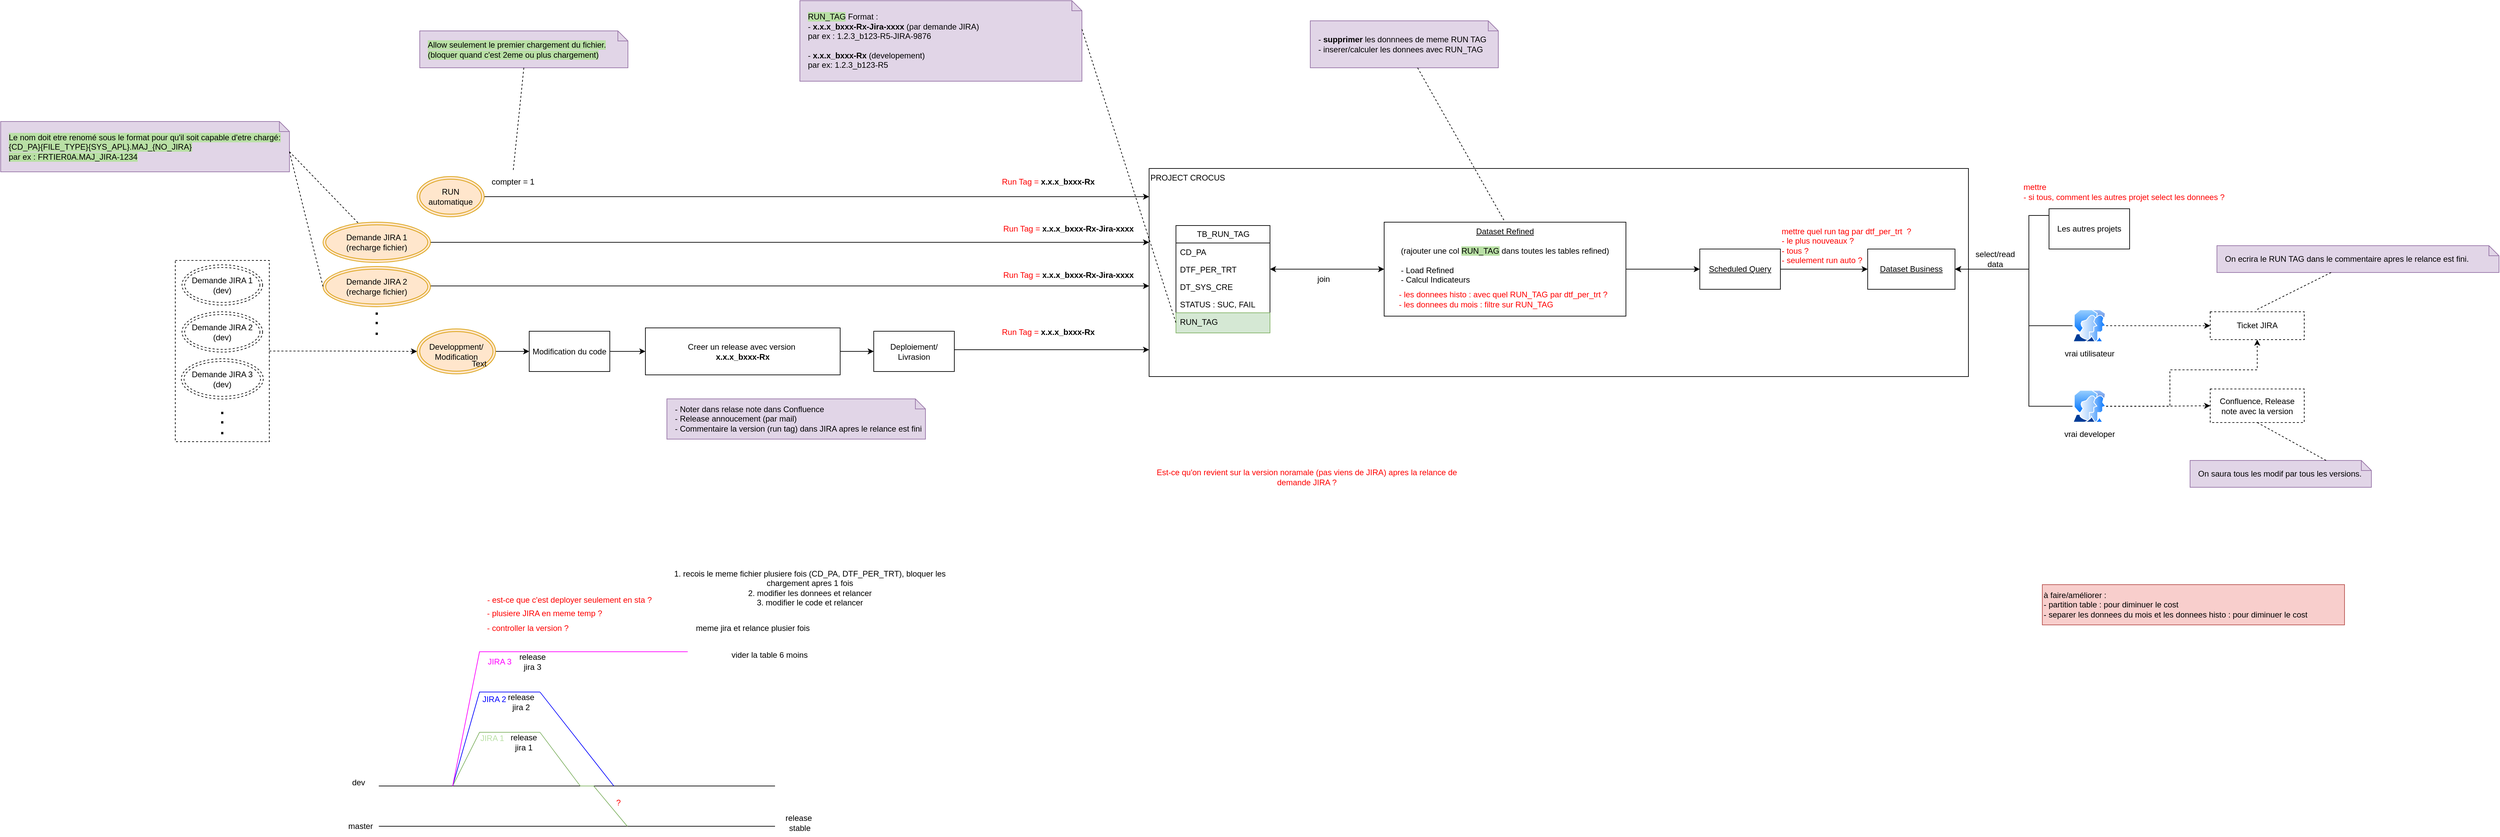
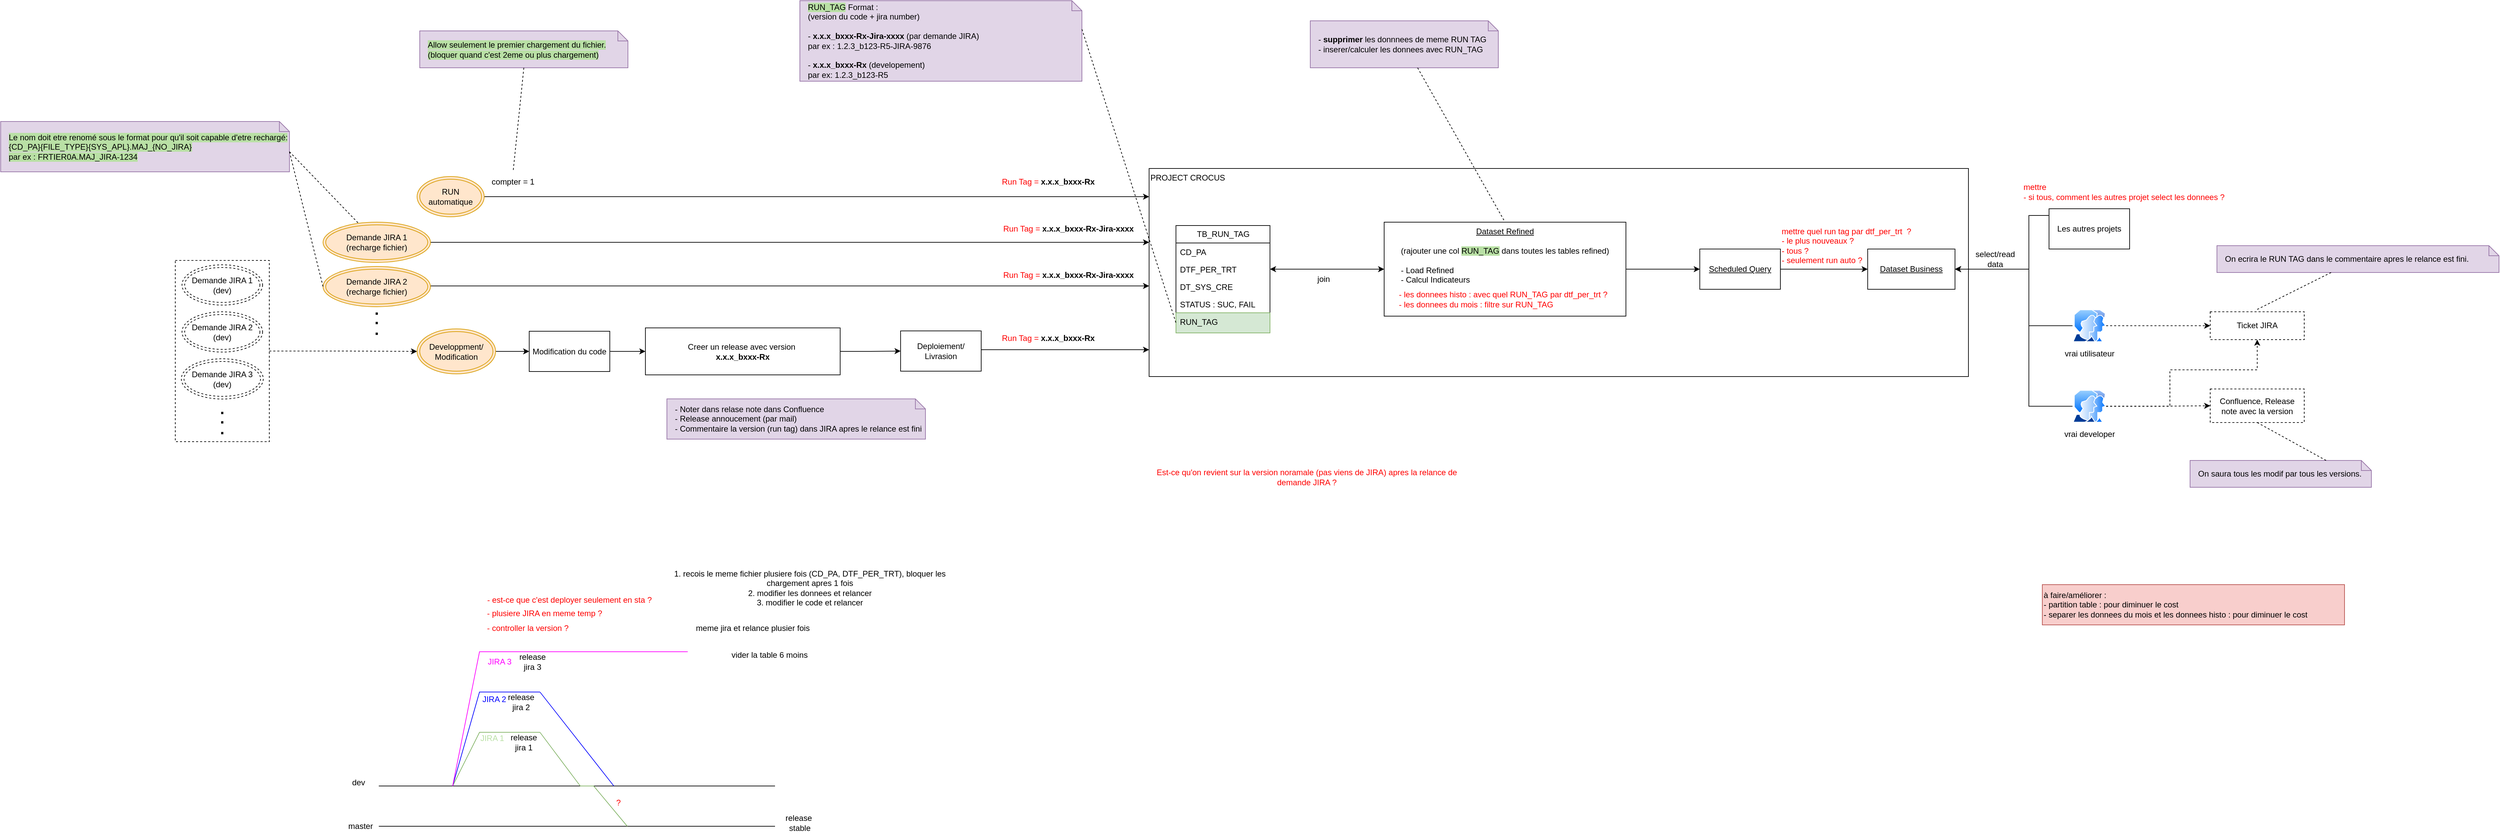
<mxfile host="app.diagrams.net">
  <diagram name="Page-1" id="bEAYSmEDHXBXhFzCy1HB">
    <mxGraphModel dx="3589" dy="2087" grid="1" gridSize="10" guides="1" tooltips="1" connect="1" arrows="1" fold="1" page="1" pageScale="1" pageWidth="827" pageHeight="1169" math="0" shadow="0">
      <root>
        <mxCell id="0" />
        <mxCell id="1" parent="0" />
        <mxCell id="cKu8MT6L8Fp_BZaxLZj7-22" edge="1" parent="1" source="cKu8MT6L8Fp_BZaxLZj7-16" style="edgeStyle=orthogonalEdgeStyle;rounded=0;orthogonalLoop=1;jettySize=auto;html=1;dashed=1;" target="QUzsFoNl6aFI_2ed8XXq-33">
          <mxGeometry relative="1" as="geometry">
            <Array as="points" />
            <mxPoint x="-937.4999999999995" y="382" as="sourcePoint" />
            <mxPoint x="-602.4999999999995" y="365" as="targetPoint" />
          </mxGeometry>
        </mxCell>
        <mxCell id="cKu8MT6L8Fp_BZaxLZj7-16" parent="1" style="rounded=0;whiteSpace=wrap;html=1;dashed=1;" value="" vertex="1">
          <mxGeometry height="270" width="140" x="-1070" y="247" as="geometry" />
        </mxCell>
        <mxCell id="QUzsFoNl6aFI_2ed8XXq-13" parent="1" style="rounded=0;whiteSpace=wrap;html=1;align=left;verticalAlign=top;" value="PROJECT CROCUS" vertex="1">
          <mxGeometry height="310" width="1220" x="380" y="110" as="geometry" />
        </mxCell>
        <mxCell id="QUzsFoNl6aFI_2ed8XXq-1" parent="1" style="swimlane;fontStyle=0;childLayout=stackLayout;horizontal=1;startSize=26;fillColor=none;horizontalStack=0;resizeParent=1;resizeParentMax=0;resizeLast=0;collapsible=1;marginBottom=0;html=1;" value="TB_RUN_TAG" vertex="1">
          <mxGeometry height="160" width="140" x="420" y="195" as="geometry" />
        </mxCell>
        <mxCell id="QUzsFoNl6aFI_2ed8XXq-2" parent="QUzsFoNl6aFI_2ed8XXq-1" style="text;strokeColor=none;fillColor=none;align=left;verticalAlign=top;spacingLeft=4;spacingRight=4;overflow=hidden;rotatable=0;points=[[0,0.5],[1,0.5]];portConstraint=eastwest;whiteSpace=wrap;html=1;" value="CD_PA" vertex="1">
          <mxGeometry height="26" width="140" y="26" as="geometry" />
        </mxCell>
        <mxCell id="QUzsFoNl6aFI_2ed8XXq-3" parent="QUzsFoNl6aFI_2ed8XXq-1" style="text;strokeColor=none;fillColor=none;align=left;verticalAlign=top;spacingLeft=4;spacingRight=4;overflow=hidden;rotatable=0;points=[[0,0.5],[1,0.5]];portConstraint=eastwest;whiteSpace=wrap;html=1;" value="DTF_PER_TRT" vertex="1">
          <mxGeometry height="26" width="140" y="52" as="geometry" />
        </mxCell>
        <mxCell id="QUzsFoNl6aFI_2ed8XXq-4" parent="QUzsFoNl6aFI_2ed8XXq-1" style="text;strokeColor=none;fillColor=none;align=left;verticalAlign=top;spacingLeft=4;spacingRight=4;overflow=hidden;rotatable=0;points=[[0,0.5],[1,0.5]];portConstraint=eastwest;whiteSpace=wrap;html=1;" value="DT_SYS_CRE" vertex="1">
          <mxGeometry height="26" width="140" y="78" as="geometry" />
        </mxCell>
        <mxCell id="QUzsFoNl6aFI_2ed8XXq-105" parent="QUzsFoNl6aFI_2ed8XXq-1" style="text;strokeColor=none;fillColor=none;align=left;verticalAlign=top;spacingLeft=4;spacingRight=4;overflow=hidden;rotatable=0;points=[[0,0.5],[1,0.5]];portConstraint=eastwest;whiteSpace=wrap;html=1;" value="STATUS : SUC, FAIL" vertex="1">
          <mxGeometry height="26" width="140" y="104" as="geometry" />
        </mxCell>
        <mxCell id="QUzsFoNl6aFI_2ed8XXq-5" parent="QUzsFoNl6aFI_2ed8XXq-1" style="text;strokeColor=#82b366;fillColor=#d5e8d4;align=left;verticalAlign=top;spacingLeft=4;spacingRight=4;overflow=hidden;rotatable=0;points=[[0,0.5],[1,0.5]];portConstraint=eastwest;whiteSpace=wrap;html=1;" value="RUN_TAG" vertex="1">
          <mxGeometry height="30" width="140" y="130" as="geometry" />
        </mxCell>
-         <mxCell id="QUzsFoNl6aFI_2ed8XXq-7" parent="1" style="shape=note;size=15;align=left;spacingLeft=10;html=1;whiteSpace=wrap;fillColor=#e1d5e7;strokeColor=#9673a6;" value="&lt;span style=&quot;background-color: rgb(185, 224, 165);&quot;&gt;RUN_TAG&lt;/span&gt; Format :&amp;nbsp;&lt;div&gt;- &lt;b&gt;x.x.x_bxxx-Rx-Jira-xxxx&lt;/b&gt; (par demande JIRA)&amp;nbsp;&lt;/div&gt;&lt;div&gt;par ex : 1.2.3_b123-R5-JIRA-9876&lt;/div&gt;&lt;div&gt;&lt;br&gt;&lt;/div&gt;&lt;div&gt;-&lt;b&gt; x.x.x_bxxx-Rx&lt;/b&gt; (developement)&lt;/div&gt;&lt;div&gt;&lt;span style=&quot;background-color: transparent; color: light-dark(rgb(0, 0, 0), rgb(255, 255, 255));&quot;&gt;par ex: 1.2.3_b123-R5&lt;/span&gt;&lt;/div&gt;" vertex="1">
+         <mxCell id="QUzsFoNl6aFI_2ed8XXq-7" parent="1" style="shape=note;size=15;align=left;spacingLeft=10;html=1;whiteSpace=wrap;fillColor=#e1d5e7;strokeColor=#9673a6;" value="&lt;span style=&quot;background-color: rgb(185, 224, 165);&quot;&gt;RUN_TAG&lt;/span&gt; Format :&amp;nbsp;&lt;div&gt;(version du code + jira number)&lt;/div&gt;&lt;div&gt;&lt;br&gt;&lt;div&gt;- &lt;b&gt;x.x.x_bxxx-Rx-Jira-xxxx&lt;/b&gt; (par demande JIRA)&amp;nbsp;&lt;/div&gt;&lt;div&gt;par ex : 1.2.3_b123-R5-JIRA-9876&lt;/div&gt;&lt;div&gt;&lt;br&gt;&lt;/div&gt;&lt;div&gt;-&lt;b&gt; x.x.x_bxxx-Rx&lt;/b&gt; (developement)&lt;/div&gt;&lt;div&gt;&lt;span style=&quot;background-color: transparent; color: light-dark(rgb(0, 0, 0), rgb(255, 255, 255));&quot;&gt;par ex: 1.2.3_b123-R5&lt;/span&gt;&lt;/div&gt;&lt;/div&gt;" vertex="1">
          <mxGeometry height="120" width="420" x="-140" y="-140" as="geometry" />
        </mxCell>
        <mxCell id="QUzsFoNl6aFI_2ed8XXq-8" edge="1" parent="1" source="QUzsFoNl6aFI_2ed8XXq-7" style="edgeStyle=none;endArrow=none;exitX=0;exitY=0;dashed=1;html=1;rounded=0;entryX=0;entryY=0.5;entryDx=0;entryDy=0;exitDx=420;exitDy=42.5;exitPerimeter=0;" target="QUzsFoNl6aFI_2ed8XXq-5" value="">
          <mxGeometry relative="1" x="1" as="geometry">
            <mxPoint x="590" y="660" as="targetPoint" />
          </mxGeometry>
        </mxCell>
        <mxCell id="QUzsFoNl6aFI_2ed8XXq-10" parent="1" style="rounded=0;whiteSpace=wrap;html=1;dashed=1;" value="Confluence, Release note avec la v&lt;span style=&quot;background-color: transparent; color: light-dark(rgb(0, 0, 0), rgb(255, 255, 255));&quot;&gt;ersion&lt;/span&gt;" vertex="1">
          <mxGeometry height="50" width="140" x="1960" y="438.5" as="geometry" />
        </mxCell>
        <mxCell id="QUzsFoNl6aFI_2ed8XXq-11" parent="1" style="rounded=0;whiteSpace=wrap;html=1;dashed=1;" value="Ticket JIRA" vertex="1">
          <mxGeometry height="41.5" width="140" x="1960" y="323.5" as="geometry" />
        </mxCell>
        <mxCell id="QUzsFoNl6aFI_2ed8XXq-42" edge="1" parent="1" source="QUzsFoNl6aFI_2ed8XXq-12" style="edgeStyle=orthogonalEdgeStyle;rounded=0;orthogonalLoop=1;jettySize=auto;html=1;entryX=1;entryY=0.5;entryDx=0;entryDy=0;startArrow=classic;startFill=1;" target="QUzsFoNl6aFI_2ed8XXq-3">
          <mxGeometry relative="1" as="geometry" />
        </mxCell>
        <mxCell id="QUzsFoNl6aFI_2ed8XXq-50" edge="1" parent="1" source="QUzsFoNl6aFI_2ed8XXq-12" style="edgeStyle=orthogonalEdgeStyle;rounded=0;orthogonalLoop=1;jettySize=auto;html=1;" target="QUzsFoNl6aFI_2ed8XXq-46">
          <mxGeometry relative="1" as="geometry">
            <Array as="points" />
          </mxGeometry>
        </mxCell>
        <mxCell id="QUzsFoNl6aFI_2ed8XXq-12" parent="1" style="rounded=0;whiteSpace=wrap;html=1;verticalAlign=top;" value="&lt;u&gt;Dataset Refined&lt;/u&gt;&lt;div&gt;&lt;u&gt;&lt;br&gt;&lt;/u&gt;&lt;div&gt;(rajouter une col &lt;span style=&quot;background-color: rgb(185, 224, 165);&quot;&gt;RUN_TAG&lt;/span&gt;&lt;span&gt; &lt;/span&gt;dans toutes les tables refined)&lt;/div&gt;&lt;div&gt;&lt;br&gt;&lt;/div&gt;&lt;div style=&quot;text-align: left;&quot;&gt;- Load Refined&amp;nbsp; &amp;nbsp; &amp;nbsp; &amp;nbsp;&lt;/div&gt;&lt;div style=&quot;text-align: left;&quot;&gt;- Calcul Indicateurs&lt;/div&gt;&lt;/div&gt;" vertex="1">
          <mxGeometry height="140" width="360" x="730" y="190" as="geometry" />
        </mxCell>
        <mxCell id="QUzsFoNl6aFI_2ed8XXq-27" edge="1" parent="1" source="QUzsFoNl6aFI_2ed8XXq-33" style="edgeStyle=orthogonalEdgeStyle;rounded=0;orthogonalLoop=1;jettySize=auto;html=1;entryX=0;entryY=0.5;entryDx=0;entryDy=0;" target="QUzsFoNl6aFI_2ed8XXq-23">
          <mxGeometry relative="1" as="geometry">
            <mxPoint x="-740" y="198" as="sourcePoint" />
          </mxGeometry>
        </mxCell>
        <mxCell id="QUzsFoNl6aFI_2ed8XXq-19" parent="1" style="text;html=1;whiteSpace=wrap;strokeColor=none;fillColor=none;align=center;verticalAlign=middle;rounded=0;fontColor=#0000FF;" value="&lt;font style=&quot;color: rgb(255, 0, 0);&quot;&gt;Run Tag =&amp;nbsp;&lt;/font&gt;&lt;b style=&quot;color: rgb(0, 0, 0); text-align: left;&quot;&gt;x.x.x_bxxx-Rx-Jira-xxxx&lt;/b&gt;" vertex="1">
          <mxGeometry height="30" width="200" x="160" y="253.5" as="geometry" />
        </mxCell>
        <mxCell id="cKu8MT6L8Fp_BZaxLZj7-37" edge="1" parent="1" source="QUzsFoNl6aFI_2ed8XXq-23" style="edgeStyle=orthogonalEdgeStyle;rounded=0;orthogonalLoop=1;jettySize=auto;html=1;" target="QUzsFoNl6aFI_2ed8XXq-25">
          <mxGeometry relative="1" as="geometry" />
        </mxCell>
        <mxCell id="QUzsFoNl6aFI_2ed8XXq-23" parent="1" style="rounded=0;whiteSpace=wrap;html=1;" value="Modification du code" vertex="1">
          <mxGeometry height="60" width="120" x="-543" y="352.5" as="geometry" />
        </mxCell>
        <mxCell id="QUzsFoNl6aFI_2ed8XXq-31" edge="1" parent="1" source="QUzsFoNl6aFI_2ed8XXq-24" style="edgeStyle=orthogonalEdgeStyle;rounded=0;orthogonalLoop=1;jettySize=auto;html=1;" target="QUzsFoNl6aFI_2ed8XXq-13">
          <mxGeometry relative="1" as="geometry">
            <Array as="points">
              <mxPoint x="180" y="380" />
              <mxPoint x="180" y="380" />
            </Array>
            <mxPoint x="380" y="373" as="targetPoint" />
          </mxGeometry>
        </mxCell>
        <mxCell id="QUzsFoNl6aFI_2ed8XXq-24" parent="1" style="rounded=0;whiteSpace=wrap;html=1;" value="Deploiement/ Livrasion" vertex="1">
-           <mxGeometry height="60" width="120" x="-30" y="352.5" as="geometry" />
+           <mxGeometry height="60" width="120" x="10" y="352" as="geometry" />
        </mxCell>
        <mxCell id="cKu8MT6L8Fp_BZaxLZj7-38" edge="1" parent="1" source="QUzsFoNl6aFI_2ed8XXq-25" style="edgeStyle=orthogonalEdgeStyle;rounded=0;orthogonalLoop=1;jettySize=auto;html=1;" target="QUzsFoNl6aFI_2ed8XXq-24">
          <mxGeometry relative="1" as="geometry" />
        </mxCell>
        <mxCell id="QUzsFoNl6aFI_2ed8XXq-25" parent="1" style="rounded=0;whiteSpace=wrap;html=1;" value="Creer un release avec version&amp;nbsp;&lt;div&gt;&lt;span style=&quot;text-align: left;&quot;&gt;&lt;b&gt;x.x.x_bxxx-Rx&lt;/b&gt;&lt;/span&gt;&lt;/div&gt;" vertex="1">
          <mxGeometry height="70" width="290" x="-370" y="347.5" as="geometry" />
        </mxCell>
        <mxCell id="QUzsFoNl6aFI_2ed8XXq-33" parent="1" style="ellipse;shape=doubleEllipse;whiteSpace=wrap;html=1;fillColor=#ffe6cc;strokeColor=#d79b00;" value="Developpment/&lt;div&gt;Modification&lt;/div&gt;" vertex="1">
          <mxGeometry height="67" width="117" x="-710" y="349" as="geometry" />
-         </mxCell>
-         <mxCell id="cKu8MT6L8Fp_BZaxLZj7-36" parent="QUzsFoNl6aFI_2ed8XXq-33" style="text;html=1;align=center;verticalAlign=middle;resizable=0;points=[];autosize=1;" value="Text" vertex="1">
-           <mxGeometry height="30" width="50" x="67" y="37" as="geometry" />
        </mxCell>
        <mxCell id="cKu8MT6L8Fp_BZaxLZj7-5" edge="1" parent="1" style="edgeStyle=orthogonalEdgeStyle;rounded=0;orthogonalLoop=1;jettySize=auto;html=1;">
          <mxGeometry relative="1" as="geometry">
            <Array as="points">
              <mxPoint x="-470" y="285" />
              <mxPoint x="-470" y="285" />
            </Array>
            <mxPoint x="-690.0000000000005" y="285" as="sourcePoint" />
            <mxPoint x="380" y="285" as="targetPoint" />
          </mxGeometry>
        </mxCell>
        <mxCell id="QUzsFoNl6aFI_2ed8XXq-34" parent="1" style="ellipse;shape=doubleEllipse;whiteSpace=wrap;html=1;fillColor=#ffe6cc;strokeColor=#d79b00;" value="Demande JIRA 2&lt;div&gt;(recharge fichier)&lt;/div&gt;" vertex="1">
          <mxGeometry height="60" width="160" x="-850" y="256" as="geometry" />
        </mxCell>
        <mxCell id="QUzsFoNl6aFI_2ed8XXq-36" edge="1" parent="1" source="QUzsFoNl6aFI_2ed8XXq-35" style="edgeStyle=orthogonalEdgeStyle;rounded=0;orthogonalLoop=1;jettySize=auto;html=1;">
          <mxGeometry relative="1" as="geometry">
            <Array as="points">
              <mxPoint x="110" y="152" />
              <mxPoint x="110" y="152" />
            </Array>
            <mxPoint x="380" y="152.0588235294117" as="targetPoint" />
          </mxGeometry>
        </mxCell>
        <mxCell id="QUzsFoNl6aFI_2ed8XXq-35" parent="1" style="ellipse;shape=doubleEllipse;whiteSpace=wrap;html=1;fillColor=#ffe6cc;strokeColor=#d79b00;" value="RUN automatique" vertex="1">
          <mxGeometry height="60" width="100" x="-710" y="122" as="geometry" />
        </mxCell>
        <mxCell id="QUzsFoNl6aFI_2ed8XXq-38" parent="1" style="shape=note;size=15;align=left;spacingLeft=10;html=1;whiteSpace=wrap;fillColor=#e1d5e7;strokeColor=#9673a6;" value="- Noter dans relase note dans Confluence&lt;div&gt;- Release annoucement (par mail)&lt;/div&gt;&lt;div&gt;- Commentaire la version (run tag) dans JIRA apres le relance est fini&lt;/div&gt;" vertex="1">
          <mxGeometry height="60" width="385" x="-338" y="453.25" as="geometry" />
        </mxCell>
        <mxCell id="QUzsFoNl6aFI_2ed8XXq-40" parent="1" style="shape=note;size=15;align=left;spacingLeft=10;html=1;whiteSpace=wrap;fillColor=#e1d5e7;strokeColor=#9673a6;" value="- &lt;b&gt;supprimer &lt;/b&gt;les donnnees de meme RUN TAG&lt;div&gt;- inserer/calculer les donnees avec RUN_TAG&lt;/div&gt;" vertex="1">
          <mxGeometry height="70" width="280" x="620" y="-110" as="geometry" />
        </mxCell>
        <mxCell id="QUzsFoNl6aFI_2ed8XXq-41" edge="1" parent="1" source="QUzsFoNl6aFI_2ed8XXq-40" style="edgeStyle=none;endArrow=none;dashed=1;html=1;rounded=0;entryX=0.5;entryY=0;entryDx=0;entryDy=0;" target="QUzsFoNl6aFI_2ed8XXq-12" value="">
          <mxGeometry relative="1" x="1" as="geometry">
            <mxPoint x="720" y="650" as="sourcePoint" />
            <mxPoint x="772" y="500" as="targetPoint" />
          </mxGeometry>
        </mxCell>
        <mxCell id="QUzsFoNl6aFI_2ed8XXq-43" parent="1" style="text;html=1;whiteSpace=wrap;strokeColor=none;fillColor=none;align=left;verticalAlign=middle;rounded=0;" value="&lt;font style=&quot;color: rgb(255, 0, 0);&quot;&gt;- les donnees histo : avec quel RUN_TAG par dtf_per_trt ?&lt;/font&gt;&lt;div&gt;&lt;font style=&quot;color: rgb(255, 0, 0);&quot;&gt;- les donnees du mois : f&lt;/font&gt;&lt;span style=&quot;color: light-dark(rgb(255, 0, 0), rgb(255, 144, 144)); background-color: transparent;&quot;&gt;iltre sur RUN_TAG&lt;/span&gt;&lt;/div&gt;" vertex="1">
          <mxGeometry height="30" width="330" x="750" y="290" as="geometry" />
        </mxCell>
        <mxCell id="QUzsFoNl6aFI_2ed8XXq-45" parent="1" style="rounded=0;whiteSpace=wrap;html=1;" value="&lt;u&gt;Dataset Business&lt;/u&gt;" vertex="1">
          <mxGeometry height="60" width="130" x="1450" y="230" as="geometry" />
        </mxCell>
        <mxCell id="QUzsFoNl6aFI_2ed8XXq-48" edge="1" parent="1" source="QUzsFoNl6aFI_2ed8XXq-46" style="edgeStyle=orthogonalEdgeStyle;rounded=0;orthogonalLoop=1;jettySize=auto;html=1;" target="QUzsFoNl6aFI_2ed8XXq-45">
          <mxGeometry relative="1" as="geometry" />
        </mxCell>
        <mxCell id="QUzsFoNl6aFI_2ed8XXq-46" parent="1" style="rounded=0;whiteSpace=wrap;html=1;" value="&lt;u&gt;Scheduled Query&lt;/u&gt;" vertex="1">
          <mxGeometry height="60" width="120" x="1200" y="230" as="geometry" />
        </mxCell>
        <mxCell id="QUzsFoNl6aFI_2ed8XXq-51" parent="1" style="text;html=1;whiteSpace=wrap;strokeColor=none;fillColor=none;align=left;verticalAlign=middle;rounded=0;fontColor=#FF0000;" value="mettre quel run tag par dtf_per_trt&amp;nbsp;&amp;nbsp;?&amp;nbsp;&lt;div&gt;- le plus nouveaux ?&lt;/div&gt;&lt;div&gt;- tous ?&lt;/div&gt;&lt;div&gt;- seulement run auto ?&lt;/div&gt;" vertex="1">
          <mxGeometry height="30" width="370" x="1320" y="210" as="geometry" />
        </mxCell>
        <mxCell id="QUzsFoNl6aFI_2ed8XXq-59" edge="1" parent="1" source="QUzsFoNl6aFI_2ed8XXq-52" style="edgeStyle=orthogonalEdgeStyle;rounded=0;orthogonalLoop=1;jettySize=auto;html=1;entryX=1;entryY=0.5;entryDx=0;entryDy=0;" target="QUzsFoNl6aFI_2ed8XXq-45">
          <mxGeometry relative="1" as="geometry">
            <Array as="points">
              <mxPoint x="1690" y="180" />
              <mxPoint x="1690" y="260" />
            </Array>
          </mxGeometry>
        </mxCell>
        <mxCell id="QUzsFoNl6aFI_2ed8XXq-52" parent="1" style="rounded=0;whiteSpace=wrap;html=1;" value="Les autres projets" vertex="1">
          <mxGeometry height="60" width="120" x="1720" y="170" as="geometry" />
        </mxCell>
        <mxCell id="QUzsFoNl6aFI_2ed8XXq-58" edge="1" parent="1" source="QUzsFoNl6aFI_2ed8XXq-57" style="edgeStyle=orthogonalEdgeStyle;rounded=0;orthogonalLoop=1;jettySize=auto;html=1;entryX=1;entryY=0.5;entryDx=0;entryDy=0;" target="QUzsFoNl6aFI_2ed8XXq-45">
          <mxGeometry relative="1" as="geometry">
            <Array as="points">
              <mxPoint x="1690" y="344" />
              <mxPoint x="1690" y="260" />
            </Array>
          </mxGeometry>
        </mxCell>
        <mxCell id="QUzsFoNl6aFI_2ed8XXq-65" edge="1" parent="1" source="QUzsFoNl6aFI_2ed8XXq-57" style="edgeStyle=orthogonalEdgeStyle;rounded=0;orthogonalLoop=1;jettySize=auto;html=1;dashed=1;" target="QUzsFoNl6aFI_2ed8XXq-11">
          <mxGeometry relative="1" as="geometry" />
        </mxCell>
        <mxCell id="QUzsFoNl6aFI_2ed8XXq-57" parent="1" style="image;aspect=fixed;perimeter=ellipsePerimeter;html=1;align=center;shadow=0;dashed=0;spacingTop=3;image=img/lib/active_directory/user_accounts.svg;" value="vrai utilisateur" vertex="1">
          <mxGeometry height="48.5" width="50" x="1755" y="320" as="geometry" />
        </mxCell>
        <mxCell id="QUzsFoNl6aFI_2ed8XXq-60" parent="1" style="text;html=1;whiteSpace=wrap;strokeColor=none;fillColor=none;align=center;verticalAlign=middle;rounded=0;" value="select/read data" vertex="1">
          <mxGeometry height="30" width="60" x="1610" y="230" as="geometry" />
        </mxCell>
        <mxCell id="QUzsFoNl6aFI_2ed8XXq-63" edge="1" parent="1" source="QUzsFoNl6aFI_2ed8XXq-62" style="edgeStyle=orthogonalEdgeStyle;rounded=0;orthogonalLoop=1;jettySize=auto;html=1;entryX=1;entryY=0.5;entryDx=0;entryDy=0;" target="QUzsFoNl6aFI_2ed8XXq-45">
          <mxGeometry relative="1" as="geometry">
            <Array as="points">
              <mxPoint x="1690" y="464" />
              <mxPoint x="1690" y="260" />
            </Array>
          </mxGeometry>
        </mxCell>
        <mxCell id="QUzsFoNl6aFI_2ed8XXq-66" edge="1" parent="1" source="QUzsFoNl6aFI_2ed8XXq-62" style="edgeStyle=orthogonalEdgeStyle;rounded=0;orthogonalLoop=1;jettySize=auto;html=1;dashed=1;" target="QUzsFoNl6aFI_2ed8XXq-10">
          <mxGeometry relative="1" as="geometry" />
        </mxCell>
        <mxCell id="QUzsFoNl6aFI_2ed8XXq-68" edge="1" parent="1" source="QUzsFoNl6aFI_2ed8XXq-62" style="edgeStyle=orthogonalEdgeStyle;rounded=0;orthogonalLoop=1;jettySize=auto;html=1;entryX=0.5;entryY=1;entryDx=0;entryDy=0;dashed=1;" target="QUzsFoNl6aFI_2ed8XXq-11">
          <mxGeometry relative="1" as="geometry">
            <Array as="points">
              <mxPoint x="1900" y="464" />
              <mxPoint x="1900" y="410" />
              <mxPoint x="2030" y="410" />
            </Array>
          </mxGeometry>
        </mxCell>
        <mxCell id="QUzsFoNl6aFI_2ed8XXq-62" parent="1" style="image;aspect=fixed;perimeter=ellipsePerimeter;html=1;align=center;shadow=0;dashed=0;spacingTop=3;image=img/lib/active_directory/user_accounts.svg;" value="vrai developer" vertex="1">
          <mxGeometry height="48.5" width="50" x="1755" y="440" as="geometry" />
        </mxCell>
        <mxCell id="QUzsFoNl6aFI_2ed8XXq-69" parent="1" style="shape=note;size=15;align=left;spacingLeft=10;html=1;whiteSpace=wrap;fillColor=#e1d5e7;strokeColor=#9673a6;" value="On ecrira le RUN TAG dans le commentaire apres le relance est fini." vertex="1">
          <mxGeometry height="40" width="420" x="1970" y="225" as="geometry" />
        </mxCell>
        <mxCell id="QUzsFoNl6aFI_2ed8XXq-70" edge="1" parent="1" source="QUzsFoNl6aFI_2ed8XXq-69" style="edgeStyle=none;endArrow=none;dashed=1;html=1;rounded=0;" value="">
          <mxGeometry relative="1" x="1" as="geometry">
            <mxPoint x="970" y="210" as="sourcePoint" />
            <mxPoint x="2030" y="320" as="targetPoint" />
          </mxGeometry>
        </mxCell>
        <mxCell id="QUzsFoNl6aFI_2ed8XXq-71" parent="1" style="shape=note;size=15;align=left;spacingLeft=10;html=1;whiteSpace=wrap;fillColor=#e1d5e7;strokeColor=#9673a6;" value="On saura tous les modif par tous les versions." vertex="1">
          <mxGeometry height="40" width="270" x="1930" y="545" as="geometry" />
        </mxCell>
        <mxCell id="QUzsFoNl6aFI_2ed8XXq-72" edge="1" parent="1" source="QUzsFoNl6aFI_2ed8XXq-71" style="edgeStyle=none;endArrow=none;dashed=1;html=1;rounded=0;entryX=0.5;entryY=1;entryDx=0;entryDy=0;exitX=0;exitY=0;exitDx=202.5;exitDy=0;exitPerimeter=0;" target="QUzsFoNl6aFI_2ed8XXq-10" value="">
          <mxGeometry relative="1" x="1" as="geometry">
            <mxPoint x="2180" y="470" as="sourcePoint" />
            <mxPoint x="2070" y="525" as="targetPoint" />
          </mxGeometry>
        </mxCell>
        <mxCell id="QUzsFoNl6aFI_2ed8XXq-73" parent="1" style="text;html=1;whiteSpace=wrap;strokeColor=none;fillColor=none;align=left;verticalAlign=middle;rounded=0;fontColor=#FF0000;" value="mettre&amp;nbsp;&lt;div&gt;&lt;span style=&quot;background-color: transparent; color: light-dark(rgb(255, 0, 0), rgb(255, 144, 144));&quot;&gt;- si tous, comment les autres projet select les donnees ?&lt;/span&gt;&lt;/div&gt;" vertex="1">
          <mxGeometry height="30" width="370" x="1680" y="130" as="geometry" />
        </mxCell>
        <mxCell id="QUzsFoNl6aFI_2ed8XXq-74" parent="1" style="rounded=0;whiteSpace=wrap;html=1;align=left;fillColor=#f8cecc;strokeColor=#b85450;" value="à faire/améliorer :&lt;div&gt;- partition table : pour diminuer le cost&lt;/div&gt;&lt;div&gt;- separer les donnees du mois et les donnees histo&amp;nbsp;&lt;span style=&quot;background-color: transparent; color: light-dark(rgb(0, 0, 0), rgb(255, 255, 255));&quot;&gt;: pour diminuer le cost&lt;/span&gt;&lt;/div&gt;" vertex="1">
          <mxGeometry height="60" width="450" x="1710" y="730" as="geometry" />
        </mxCell>
        <mxCell id="QUzsFoNl6aFI_2ed8XXq-76" parent="1" style="text;html=1;whiteSpace=wrap;strokeColor=none;fillColor=none;align=center;verticalAlign=middle;rounded=0;" value="join" vertex="1">
          <mxGeometry height="30" width="60" x="610" y="260" as="geometry" />
        </mxCell>
        <mxCell id="QUzsFoNl6aFI_2ed8XXq-77" parent="1" style="text;html=1;whiteSpace=wrap;strokeColor=none;fillColor=none;align=center;verticalAlign=middle;rounded=0;fontColor=#FF0000;" value="Est-ce qu&#39;on revient sur la version noramale (pas viens de JIRA) apres la relance de demande JIRA ?" vertex="1">
          <mxGeometry height="30" width="470" x="380" y="555" as="geometry" />
        </mxCell>
        <mxCell id="QUzsFoNl6aFI_2ed8XXq-78" parent="1" style="text;html=1;whiteSpace=wrap;strokeColor=none;fillColor=none;align=center;verticalAlign=middle;rounded=0;fontColor=#FF0000;" value="- est-ce que c&#39;est deployer seulement en sta ?" vertex="1">
          <mxGeometry height="30" width="290" x="-628" y="738" as="geometry" />
        </mxCell>
        <mxCell id="QUzsFoNl6aFI_2ed8XXq-79" parent="1" style="text;html=1;whiteSpace=wrap;strokeColor=none;fillColor=none;align=center;verticalAlign=middle;rounded=0;fontColor=#FF0000;" value="- plusiere JIRA en meme temp ?" vertex="1">
          <mxGeometry height="30" width="290" x="-665" y="758" as="geometry" />
        </mxCell>
        <mxCell id="QUzsFoNl6aFI_2ed8XXq-80" parent="1" style="text;html=1;whiteSpace=wrap;strokeColor=none;fillColor=none;align=center;verticalAlign=middle;rounded=0;fontColor=#FF0000;" value="- controller la version ?" vertex="1">
          <mxGeometry height="30" width="290" x="-690" y="780" as="geometry" />
        </mxCell>
        <mxCell id="QUzsFoNl6aFI_2ed8XXq-81" edge="1" parent="1" style="endArrow=none;html=1;rounded=0;" value="">
          <mxGeometry height="50" relative="1" width="50" as="geometry">
            <mxPoint x="-767" y="1030" as="sourcePoint" />
            <mxPoint x="-177" y="1030" as="targetPoint" />
          </mxGeometry>
        </mxCell>
        <mxCell id="QUzsFoNl6aFI_2ed8XXq-83" edge="1" parent="1" style="endArrow=none;html=1;rounded=0;fillColor=#d5e8d4;strokeColor=#82b366;" value="">
          <mxGeometry height="50" relative="1" width="50" as="geometry">
            <Array as="points">
              <mxPoint x="-617" y="950" />
            </Array>
            <mxPoint x="-657" y="1030" as="sourcePoint" />
            <mxPoint x="-527" y="950" as="targetPoint" />
          </mxGeometry>
        </mxCell>
        <mxCell id="QUzsFoNl6aFI_2ed8XXq-84" parent="1" style="text;html=1;whiteSpace=wrap;strokeColor=none;fillColor=none;align=center;verticalAlign=middle;rounded=0;" value="dev" vertex="1">
          <mxGeometry height="30" width="60" x="-827" y="1010" as="geometry" />
        </mxCell>
        <mxCell id="QUzsFoNl6aFI_2ed8XXq-85" edge="1" parent="1" style="endArrow=none;html=1;rounded=0;strokeColor=#0000FF;" value="">
          <mxGeometry height="50" relative="1" width="50" as="geometry">
            <Array as="points">
              <mxPoint x="-617" y="890" />
            </Array>
            <mxPoint x="-657" y="1030" as="sourcePoint" />
            <mxPoint x="-527" y="890" as="targetPoint" />
          </mxGeometry>
        </mxCell>
        <mxCell id="QUzsFoNl6aFI_2ed8XXq-86" edge="1" parent="1" style="endArrow=none;html=1;rounded=0;strokeColor=#FF00FF;" value="">
          <mxGeometry height="50" relative="1" width="50" as="geometry">
            <Array as="points">
              <mxPoint x="-617" y="830" />
            </Array>
            <mxPoint x="-657" y="1030" as="sourcePoint" />
            <mxPoint x="-307" y="830" as="targetPoint" />
          </mxGeometry>
        </mxCell>
        <mxCell id="QUzsFoNl6aFI_2ed8XXq-87" parent="1" style="text;html=1;whiteSpace=wrap;strokeColor=none;fillColor=none;align=center;verticalAlign=middle;rounded=0;fontColor=#B9E0A5;" value="JIRA 1" vertex="1">
          <mxGeometry height="30" width="60" x="-628" y="944" as="geometry" />
        </mxCell>
        <mxCell id="QUzsFoNl6aFI_2ed8XXq-88" parent="1" style="text;html=1;whiteSpace=wrap;strokeColor=none;fillColor=none;align=center;verticalAlign=middle;rounded=0;fontColor=#0000FF;" value="JIRA 2" vertex="1">
          <mxGeometry height="30" width="60" x="-625" y="886" as="geometry" />
        </mxCell>
        <mxCell id="QUzsFoNl6aFI_2ed8XXq-89" parent="1" style="text;html=1;whiteSpace=wrap;strokeColor=none;fillColor=none;align=center;verticalAlign=middle;rounded=0;fontColor=#FF00FF;" value="JIRA 3" vertex="1">
          <mxGeometry height="30" width="60" x="-617" y="830" as="geometry" />
        </mxCell>
        <mxCell id="QUzsFoNl6aFI_2ed8XXq-90" edge="1" parent="1" style="endArrow=none;html=1;rounded=0;" value="">
          <mxGeometry height="50" relative="1" width="50" as="geometry">
            <mxPoint x="-767" y="1090" as="sourcePoint" />
            <mxPoint x="-177" y="1090" as="targetPoint" />
          </mxGeometry>
        </mxCell>
        <mxCell id="QUzsFoNl6aFI_2ed8XXq-91" parent="1" style="text;html=1;whiteSpace=wrap;strokeColor=none;fillColor=none;align=center;verticalAlign=middle;rounded=0;" value="master" vertex="1">
          <mxGeometry height="30" width="60" x="-824" y="1075" as="geometry" />
        </mxCell>
        <mxCell id="QUzsFoNl6aFI_2ed8XXq-92" edge="1" parent="1" style="endArrow=none;html=1;rounded=0;fillColor=#d5e8d4;strokeColor=#82b366;" value="">
          <mxGeometry height="50" relative="1" width="50" as="geometry">
            <mxPoint x="-527" y="950" as="sourcePoint" />
            <mxPoint x="-467" y="1030" as="targetPoint" />
          </mxGeometry>
        </mxCell>
        <mxCell id="QUzsFoNl6aFI_2ed8XXq-94" edge="1" parent="1" style="endArrow=none;html=1;rounded=0;strokeColor=#0000FF;" value="">
          <mxGeometry height="50" relative="1" width="50" as="geometry">
            <mxPoint x="-527" y="890" as="sourcePoint" />
            <mxPoint x="-417" y="1030" as="targetPoint" />
          </mxGeometry>
        </mxCell>
        <mxCell id="QUzsFoNl6aFI_2ed8XXq-95" edge="1" parent="1" style="endArrow=none;html=1;rounded=0;fillColor=#d5e8d4;strokeColor=#82b366;" value="">
          <mxGeometry height="50" relative="1" width="50" as="geometry">
            <mxPoint x="-447" y="1030" as="sourcePoint" />
            <mxPoint x="-397" y="1090" as="targetPoint" />
          </mxGeometry>
        </mxCell>
        <mxCell id="QUzsFoNl6aFI_2ed8XXq-96" edge="1" parent="1" style="endArrow=none;html=1;rounded=0;fillColor=#d5e8d4;strokeColor=#82b366;" value="">
          <mxGeometry height="50" relative="1" width="50" as="geometry">
            <mxPoint x="-467" y="1030" as="sourcePoint" />
            <mxPoint x="-447" y="1030" as="targetPoint" />
          </mxGeometry>
        </mxCell>
        <mxCell id="QUzsFoNl6aFI_2ed8XXq-98" parent="1" style="text;html=1;whiteSpace=wrap;strokeColor=none;fillColor=none;align=center;verticalAlign=middle;rounded=0;" value="release jira 2" vertex="1">
          <mxGeometry height="30" width="60" x="-585" y="890" as="geometry" />
        </mxCell>
        <mxCell id="QUzsFoNl6aFI_2ed8XXq-99" parent="1" style="text;html=1;whiteSpace=wrap;strokeColor=none;fillColor=none;align=center;verticalAlign=middle;rounded=0;" value="release jira 1" vertex="1">
          <mxGeometry height="30" width="60" x="-581" y="950" as="geometry" />
        </mxCell>
        <mxCell id="QUzsFoNl6aFI_2ed8XXq-100" parent="1" style="text;html=1;whiteSpace=wrap;strokeColor=none;fillColor=none;align=center;verticalAlign=middle;rounded=0;" value="release jira 3" vertex="1">
          <mxGeometry height="30" width="60" x="-568" y="830" as="geometry" />
        </mxCell>
        <mxCell id="QUzsFoNl6aFI_2ed8XXq-101" parent="1" style="text;html=1;whiteSpace=wrap;strokeColor=none;fillColor=none;align=center;verticalAlign=middle;rounded=0;" value="release&amp;nbsp; stable" vertex="1">
          <mxGeometry height="30" width="60" x="-170" y="1070" as="geometry" />
        </mxCell>
        <mxCell id="QUzsFoNl6aFI_2ed8XXq-103" parent="1" style="text;html=1;whiteSpace=wrap;strokeColor=none;fillColor=none;align=center;verticalAlign=middle;rounded=0;fontColor=#FF0000;" value="?" vertex="1">
          <mxGeometry height="30" width="60" x="-440" y="1040" as="geometry" />
        </mxCell>
        <mxCell id="QUzsFoNl6aFI_2ed8XXq-104" parent="1" style="text;html=1;whiteSpace=wrap;strokeColor=none;fillColor=none;align=center;verticalAlign=middle;rounded=0;" value="compter = 1" vertex="1">
          <mxGeometry height="30" width="100" x="-617" y="115" as="geometry" />
        </mxCell>
        <mxCell id="QUzsFoNl6aFI_2ed8XXq-106" parent="1" style="text;html=1;whiteSpace=wrap;strokeColor=none;fillColor=none;align=center;verticalAlign=middle;rounded=0;" value="1. recois le meme fichier plusiere fois (CD_PA, DTF_PER_TRT), bloquer les chargement apres 1 fois&lt;div&gt;2. modifier les donnees et relancer&lt;/div&gt;&lt;div&gt;3. modifier le code et relancer&lt;/div&gt;" vertex="1">
          <mxGeometry height="30" width="470" x="-360" y="720" as="geometry" />
        </mxCell>
        <mxCell id="QUzsFoNl6aFI_2ed8XXq-107" parent="1" style="text;html=1;whiteSpace=wrap;strokeColor=none;fillColor=none;align=center;verticalAlign=middle;rounded=0;" value="meme jira et relance plusier fois" vertex="1">
          <mxGeometry height="30" width="240" x="-330" y="780" as="geometry" />
        </mxCell>
        <mxCell id="QUzsFoNl6aFI_2ed8XXq-108" parent="1" style="text;html=1;whiteSpace=wrap;strokeColor=none;fillColor=none;align=center;verticalAlign=middle;rounded=0;" value="vider la table 6 moins" vertex="1">
          <mxGeometry height="30" width="170" x="-270" y="820" as="geometry" />
        </mxCell>
        <mxCell id="cKu8MT6L8Fp_BZaxLZj7-1" parent="1" style="shape=note;size=15;align=left;spacingLeft=10;html=1;whiteSpace=wrap;fillColor=#e1d5e7;strokeColor=#9673a6;" value="&lt;span style=&quot;background-color: rgb(185, 224, 165);&quot;&gt;Allow seulement le premier chargement du fichier.&lt;br&gt;(bloquer quand c&#39;est 2eme ou plus chargement)&lt;/span&gt;" vertex="1">
          <mxGeometry height="55" width="310" x="-706" y="-95" as="geometry" />
        </mxCell>
        <mxCell id="cKu8MT6L8Fp_BZaxLZj7-2" edge="1" parent="1" source="cKu8MT6L8Fp_BZaxLZj7-1" style="edgeStyle=none;endArrow=none;exitX=0.5;exitY=1;dashed=1;html=1;rounded=0;entryX=0.5;entryY=0;entryDx=0;entryDy=0;exitDx=0;exitDy=0;exitPerimeter=0;" target="QUzsFoNl6aFI_2ed8XXq-104" value="">
          <mxGeometry relative="1" x="1" as="geometry">
            <mxPoint x="590" y="300" as="sourcePoint" />
            <mxPoint x="680" y="507" as="targetPoint" />
          </mxGeometry>
        </mxCell>
        <mxCell id="cKu8MT6L8Fp_BZaxLZj7-3" parent="1" style="ellipse;shape=doubleEllipse;whiteSpace=wrap;html=1;dashed=1;" value="Demande JIRA 1&lt;div&gt;(dev)&lt;/div&gt;" vertex="1">
          <mxGeometry height="60" width="120" x="-1060" y="253.5" as="geometry" />
        </mxCell>
        <mxCell id="cKu8MT6L8Fp_BZaxLZj7-7" parent="1" style="text;html=1;whiteSpace=wrap;strokeColor=none;fillColor=none;align=center;verticalAlign=middle;rounded=0;fontColor=#0000FF;" value="&lt;font style=&quot;color: rgb(255, 0, 0);&quot;&gt;Run Tag =&amp;nbsp;&lt;b style=&quot;color: rgb(0, 0, 0); text-align: left;&quot;&gt;x.x.x_bxxx-Rx&lt;/b&gt;&lt;/font&gt;" vertex="1">
          <mxGeometry height="30" width="200" x="130" y="115" as="geometry" />
        </mxCell>
-         <mxCell id="cKu8MT6L8Fp_BZaxLZj7-11" parent="1" style="shape=note;size=15;align=left;spacingLeft=10;html=1;whiteSpace=wrap;fillColor=#e1d5e7;strokeColor=#9673a6;" value="&lt;span style=&quot;background-color: rgb(185, 224, 165);&quot;&gt;Le nom doit etre renomé sous le format pour qu&#39;il soit capable d&#39;etre chargé:&lt;br&gt;{CD_PA}{FILE_TYPE}{SYS_APL}.MAJ_{NO_JIRA}&lt;/span&gt;&lt;div&gt;&lt;span style=&quot;background-color: rgb(185, 224, 165);&quot;&gt;par ex : FRTIER0A.MAJ_JIRA-1234&lt;/span&gt;&lt;/div&gt;" vertex="1">
+         <mxCell id="cKu8MT6L8Fp_BZaxLZj7-11" parent="1" style="shape=note;size=15;align=left;spacingLeft=10;html=1;whiteSpace=wrap;fillColor=#e1d5e7;strokeColor=#9673a6;" value="&lt;span style=&quot;background-color: rgb(185, 224, 165);&quot;&gt;Le nom doit etre renomé sous le format pour qu&#39;il soit capable d&#39;etre rechargé:&lt;br&gt;{CD_PA}{FILE_TYPE}{SYS_APL}.MAJ_{NO_JIRA}&lt;/span&gt;&lt;div&gt;&lt;span style=&quot;background-color: rgb(185, 224, 165);&quot;&gt;par ex : FRTIER0A.MAJ_JIRA-1234&lt;/span&gt;&lt;/div&gt;" vertex="1">
          <mxGeometry height="75" width="430" x="-1330" y="40" as="geometry" />
        </mxCell>
        <mxCell id="cKu8MT6L8Fp_BZaxLZj7-14" parent="1" style="ellipse;shape=doubleEllipse;whiteSpace=wrap;html=1;dashed=1;" value="Demande JIRA 2&lt;div&gt;(dev)&lt;/div&gt;" vertex="1">
          <mxGeometry height="60" width="120" x="-1060" y="323.5" as="geometry" />
        </mxCell>
        <mxCell id="cKu8MT6L8Fp_BZaxLZj7-15" parent="1" style="ellipse;shape=doubleEllipse;whiteSpace=wrap;html=1;dashed=1;" value="Demande JIRA 3&lt;div&gt;(dev)&lt;/div&gt;" vertex="1">
          <mxGeometry height="60" width="122" x="-1061" y="393.5" as="geometry" />
        </mxCell>
        <mxCell id="cKu8MT6L8Fp_BZaxLZj7-19" parent="1" style="text;html=1;whiteSpace=wrap;strokeColor=none;fillColor=none;align=center;verticalAlign=middle;rounded=0;fontSize=23;fontStyle=1" value="." vertex="1">
          <mxGeometry height="30" width="60" x="-1030" y="453.25" as="geometry" />
        </mxCell>
        <mxCell id="cKu8MT6L8Fp_BZaxLZj7-20" parent="1" style="text;html=1;whiteSpace=wrap;strokeColor=none;fillColor=none;align=center;verticalAlign=middle;rounded=0;fontSize=23;fontStyle=1" value="." vertex="1">
          <mxGeometry height="30" width="60" x="-1030" y="467" as="geometry" />
        </mxCell>
        <mxCell id="cKu8MT6L8Fp_BZaxLZj7-21" parent="1" style="text;html=1;whiteSpace=wrap;strokeColor=none;fillColor=none;align=center;verticalAlign=middle;rounded=0;fontSize=23;fontStyle=1" value="." vertex="1">
          <mxGeometry height="30" width="60" x="-1030" y="483.25" as="geometry" />
        </mxCell>
        <mxCell id="cKu8MT6L8Fp_BZaxLZj7-24" edge="1" parent="1" source="cKu8MT6L8Fp_BZaxLZj7-23" style="edgeStyle=orthogonalEdgeStyle;rounded=0;orthogonalLoop=1;jettySize=auto;html=1;" target="QUzsFoNl6aFI_2ed8XXq-13">
          <mxGeometry relative="1" as="geometry">
            <Array as="points">
              <mxPoint x="120" y="220" />
              <mxPoint x="120" y="220" />
            </Array>
          </mxGeometry>
        </mxCell>
        <mxCell id="cKu8MT6L8Fp_BZaxLZj7-23" parent="1" style="ellipse;shape=doubleEllipse;whiteSpace=wrap;html=1;fillColor=#ffe6cc;strokeColor=#d79b00;" value="Demande JIRA 1&lt;div&gt;(recharge fichier)&lt;/div&gt;" vertex="1">
          <mxGeometry height="60" width="160" x="-850" y="190" as="geometry" />
        </mxCell>
        <mxCell id="cKu8MT6L8Fp_BZaxLZj7-25" edge="1" parent="1" source="cKu8MT6L8Fp_BZaxLZj7-11" style="edgeStyle=none;endArrow=none;exitX=0;exitY=0;dashed=1;html=1;rounded=0;exitDx=430;exitDy=45;exitPerimeter=0;" target="cKu8MT6L8Fp_BZaxLZj7-23" value="">
          <mxGeometry relative="1" x="1" as="geometry">
            <mxPoint x="-520" y="10" as="sourcePoint" />
            <mxPoint x="-490" y="150" as="targetPoint" />
          </mxGeometry>
        </mxCell>
        <mxCell id="cKu8MT6L8Fp_BZaxLZj7-26" edge="1" parent="1" source="cKu8MT6L8Fp_BZaxLZj7-11" style="edgeStyle=none;endArrow=none;exitX=0;exitY=0;dashed=1;html=1;rounded=0;exitDx=430;exitDy=45;exitPerimeter=0;entryX=0;entryY=0.5;entryDx=0;entryDy=0;" target="QUzsFoNl6aFI_2ed8XXq-34" value="">
          <mxGeometry relative="1" x="1" as="geometry">
            <mxPoint x="-900" y="200" as="sourcePoint" />
            <mxPoint x="-801" y="244" as="targetPoint" />
          </mxGeometry>
        </mxCell>
        <mxCell id="cKu8MT6L8Fp_BZaxLZj7-27" parent="1" style="text;html=1;whiteSpace=wrap;strokeColor=none;fillColor=none;align=center;verticalAlign=middle;rounded=0;fontSize=23;fontStyle=1" value="." vertex="1">
          <mxGeometry height="30" width="60" x="-800" y="305" as="geometry" />
        </mxCell>
        <mxCell id="cKu8MT6L8Fp_BZaxLZj7-28" parent="1" style="text;html=1;whiteSpace=wrap;strokeColor=none;fillColor=none;align=center;verticalAlign=middle;rounded=0;fontSize=23;fontStyle=1" value="." vertex="1">
          <mxGeometry height="30" width="60" x="-800" y="335" as="geometry" />
        </mxCell>
        <mxCell id="cKu8MT6L8Fp_BZaxLZj7-29" parent="1" style="text;html=1;whiteSpace=wrap;strokeColor=none;fillColor=none;align=center;verticalAlign=middle;rounded=0;fontSize=23;fontStyle=1" value="." vertex="1">
          <mxGeometry height="30" width="60" x="-800" y="318.5" as="geometry" />
        </mxCell>
        <mxCell id="cKu8MT6L8Fp_BZaxLZj7-31" parent="1" style="text;html=1;whiteSpace=wrap;strokeColor=none;fillColor=none;align=center;verticalAlign=middle;rounded=0;fontColor=#0000FF;" value="&lt;font style=&quot;color: rgb(255, 0, 0);&quot;&gt;Run Tag =&amp;nbsp;&lt;/font&gt;&lt;b style=&quot;color: rgb(0, 0, 0); text-align: left;&quot;&gt;x.x.x_bxxx-Rx-Jira-xxxx&lt;/b&gt;" vertex="1">
          <mxGeometry height="30" width="200" x="160" y="185" as="geometry" />
        </mxCell>
        <mxCell id="cKu8MT6L8Fp_BZaxLZj7-33" parent="1" style="text;html=1;whiteSpace=wrap;strokeColor=none;fillColor=none;align=center;verticalAlign=middle;rounded=0;fontColor=#0000FF;" value="&lt;font style=&quot;color: rgb(255, 0, 0);&quot;&gt;Run Tag =&amp;nbsp;&lt;b style=&quot;color: rgb(0, 0, 0); text-align: left;&quot;&gt;x.x.x_bxxx-Rx&lt;/b&gt;&lt;/font&gt;" vertex="1">
-           <mxGeometry height="30" width="200" x="130" y="338.5" as="geometry" />
+           <mxGeometry height="30" width="200" x="130" y="347.5" as="geometry" />
        </mxCell>
      </root>
    </mxGraphModel>
  </diagram>
</mxfile>
